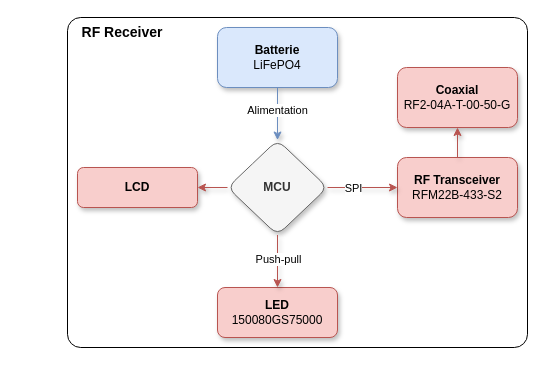
Above: Documentation/ODB2/Explications/Diagram_Receiver.drawio in GAULAvionique2024-2025/Ordinateur-de-bord (draw.io), before the change. Source tidied: cells renumbered, new cells numbered last; positions are measured from the earlier drawing's top-left corner, leaving out a move shared by most shapes. Both pictures are drawn from the tidied source at 100%, with x=0, y=0 at pixel (67, 17).
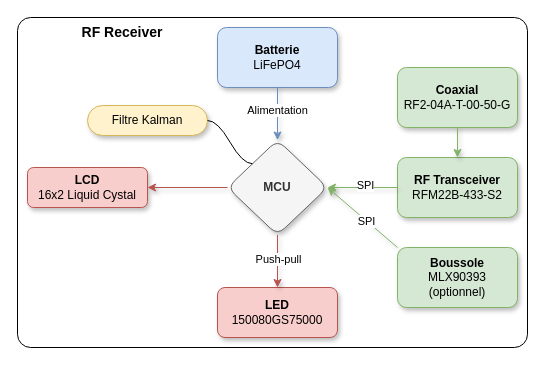
After the change.

Commit message (it also covers changes not shown here):
fix Receiver diagram

The change refers to these unchanged cells:
```xml
<mxCell id="3" value="&lt;b&gt;MCU&lt;/b&gt;" style="rhombus;whiteSpace=wrap;html=1;rounded=1;shadow=1;fillColor=#f5f5f5;fontColor=#333333;strokeColor=#666666;" parent="1" vertex="1">
  <mxGeometry x="160" y="122.5" width="100" height="95" as="geometry" />
</mxCell>
```

What changed in the source:
```diff
@@
     <mxCell id="2" style="rounded=1;whiteSpace=wrap;html=1;imageWidth=24;arcSize=4;" parent="1" vertex="1">
-      <mxGeometry width="460" height="330" as="geometry" />
+      <mxGeometry x="-50" width="510" height="330" as="geometry" />
     </mxCell>
@@
-    <mxCell id="4" value="&lt;div&gt;&lt;b&gt;RF Transceiver&lt;/b&gt;&lt;/div&gt;RFM22B-433-S2" style="rounded=1;whiteSpace=wrap;html=1;fillColor=#f8cecc;strokeColor=#b85450;shadow=1;" parent="1" vertex="1">
+    <mxCell id="4" value="&lt;div&gt;&lt;b&gt;RF Transceiver&lt;/b&gt;&lt;/div&gt;RFM22B-433-S2" style="rounded=1;whiteSpace=wrap;html=1;fillColor=#d5e8d4;strokeColor=#82b366;shadow=1;" parent="1" vertex="1">
       <mxGeometry x="330" y="140" width="120" height="60" as="geometry" />
     </mxCell>
-    <mxCell id="5" value="&lt;b&gt;Coaxial&lt;/b&gt;&lt;div&gt;RF2-04A-T-00-50-G&lt;br&gt;&lt;/div&gt;" style="rounded=1;whiteSpace=wrap;html=1;fillColor=#f8cecc;strokeColor=#b85450;shadow=1;" parent="1" vertex="1">
+    <mxCell id="5" value="&lt;b&gt;Coaxial&lt;/b&gt;&lt;div&gt;RF2-04A-T-00-50-G&lt;br&gt;&lt;/div&gt;" style="rounded=1;whiteSpace=wrap;html=1;fillColor=#d5e8d4;strokeColor=#82b366;shadow=1;" parent="1" vertex="1">
       <mxGeometry x="330" y="50" width="120" height="60" as="geometry" />
     </mxCell>
-    <mxCell id="6" style="endArrow=classic;html=1;rounded=0;entryX=0;entryY=0.5;entryDx=0;entryDy=0;exitX=1;exitY=0.5;exitDx=0;exitDy=0;fillColor=#f8cecc;strokeColor=#b85450;shadow=1;" parent="1" edge="1" source="3" target="4">
-      <mxGeometry relative="1" as="geometry" />
-    </mxCell>
-    <mxCell id="7" value="SPI" style="edgeLabel;html=1;align=center;verticalAlign=middle;" parent="6" vertex="1">
-      <mxGeometry x="-0.3" relative="1" as="geometry" />
-    </mxCell>
-    <mxCell id="8" style="endArrow=classic;html=1;rounded=0;entryX=0.5;entryY=1;entryDx=0;entryDy=0;exitX=0.5;exitY=0;exitDx=0;exitDy=0;fillColor=#f8cecc;strokeColor=#b85450;shadow=1;" parent="1" edge="1" source="4" target="5">
-      <mxGeometry relative="1" as="geometry" />
-    </mxCell>
-    <mxCell id="9" value="&lt;b&gt;LCD&lt;/b&gt;" style="rounded=1;whiteSpace=wrap;html=1;fillColor=#f8cecc;strokeColor=#b85450;shadow=1;" parent="1" vertex="1">
-      <mxGeometry x="10" y="150" width="120" height="40" as="geometry" />
+    <mxCell id="9" value="&lt;b&gt;LCD&lt;/b&gt;&lt;div&gt;16x2 Liquid Cystal&lt;/div&gt;" style="rounded=1;whiteSpace=wrap;html=1;fillColor=#f8cecc;strokeColor=#b85450;shadow=1;" parent="1" vertex="1">
+      <mxGeometry x="-40" y="150" width="120" height="40" as="geometry" />
     </mxCell>
@@
+    <mxCell id="19" value="&lt;b&gt;Boussole&lt;/b&gt;&lt;div&gt;MLX90393&lt;br&gt;&lt;/div&gt;&lt;div&gt;(optionnel)&lt;/div&gt;" style="rounded=1;whiteSpace=wrap;html=1;fillColor=#d5e8d4;strokeColor=#82b366;shadow=1;" parent="1" vertex="1">
+      <mxGeometry x="330" y="230" width="120" height="60" as="geometry" />
+    </mxCell>
+    <mxCell id="20" style="endArrow=classic;html=1;rounded=0;entryX=0.5;entryY=0;entryDx=0;entryDy=0;exitX=0.5;exitY=1;exitDx=0;exitDy=0;fillColor=#d5e8d4;strokeColor=#82b366;shadow=1;" parent="1" edge="1" source="5" target="4">
+      <mxGeometry relative="1" as="geometry" />
+    </mxCell>
+    <mxCell id="21" style="endArrow=classic;html=1;rounded=0;entryX=1;entryY=0.5;entryDx=0;entryDy=0;exitX=0;exitY=0.5;exitDx=0;exitDy=0;fillColor=#d5e8d4;strokeColor=#82b366;shadow=1;" parent="1" edge="1" source="4" target="3">
+      <mxGeometry relative="1" as="geometry" />
+    </mxCell>
+    <mxCell id="22" value="SPI" style="edgeLabel;html=1;align=center;verticalAlign=middle;" parent="21" vertex="1">
+      <mxGeometry x="-0.05" y="-3" relative="1" as="geometry" />
+    </mxCell>
+    <mxCell id="23" style="endArrow=classic;html=1;rounded=0;exitX=0;exitY=0;exitDx=0;exitDy=0;entryX=1;entryY=0.5;entryDx=0;entryDy=0;fillColor=#d5e8d4;strokeColor=#82b366;shadow=1;" parent="1" edge="1" source="19" target="3">
+      <mxGeometry relative="1" as="geometry" />
+    </mxCell>
+    <mxCell id="24" value="SPI" style="edgeLabel;html=1;align=center;verticalAlign=middle;" parent="23" vertex="1">
+      <mxGeometry x="-0.1" relative="1" as="geometry" />
+    </mxCell>
+    <mxCell id="25" value="Filtre Kalman" style="whiteSpace=wrap;html=1;rounded=1;arcSize=50;align=center;verticalAlign=middle;strokeWidth=1;spacing=4;newEdgeStyle={&quot;edgeStyle&quot;:&quot;entityRelationEdgeStyle&quot;,&quot;startArrow&quot;:&quot;none&quot;,&quot;endArrow&quot;:&quot;none&quot;,&quot;segment&quot;:10,&quot;curved&quot;:1,&quot;sourcePerimeterSpacing&quot;:0,&quot;targetPerimeterSpacing&quot;:0};direction=west;flipH=0;fillColor=#fff2cc;strokeColor=#d6b656;shadow=1;" parent="1" vertex="1">
+      <mxGeometry x="20" y="88" width="120" height="30" as="geometry" />
+    </mxCell>
+    <mxCell id="26" style="edgeStyle=entityRelationEdgeStyle;startArrow=none;endArrow=none;segment=10;curved=1;sourcePerimeterSpacing=0;targetPerimeterSpacing=0;rounded=0;exitX=0;exitY=0;exitDx=0;exitDy=0;" parent="1" edge="1" source="3" target="25">
+      <mxGeometry relative="1" as="geometry" />
+    </mxCell>
```
